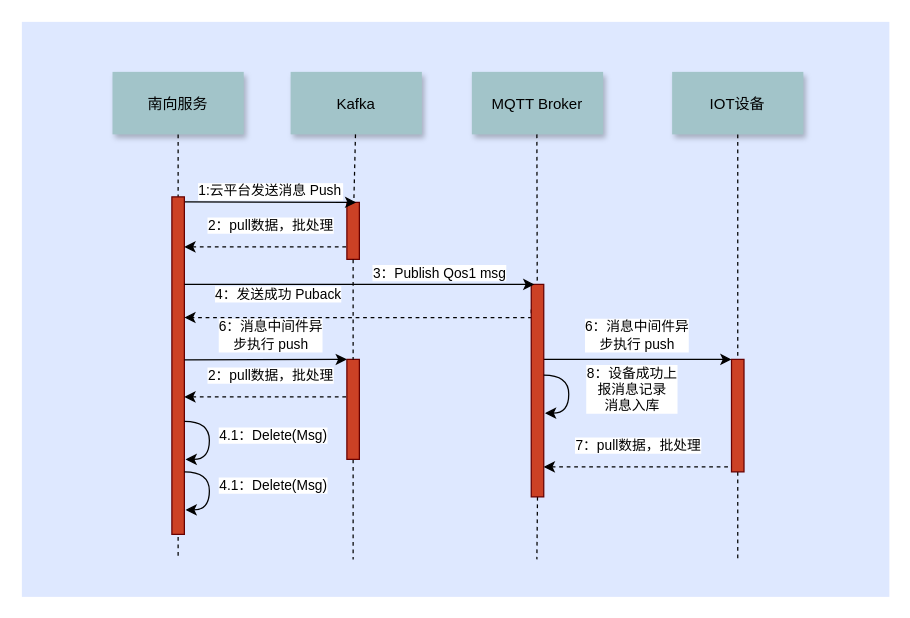
Above: WebHook设备已收到消息成功.drawio in wjwzero/DesignDrawing- (draw.io), before the change. Source tidied: cells renumbered, new cells numbered last; positions are measured from the earlier drawing's top-left corner, leaving out a move shared by most shapes. Both pictures are drawn from the tidied source at 125%, with x=0, y=0 at pixel (21, 21).
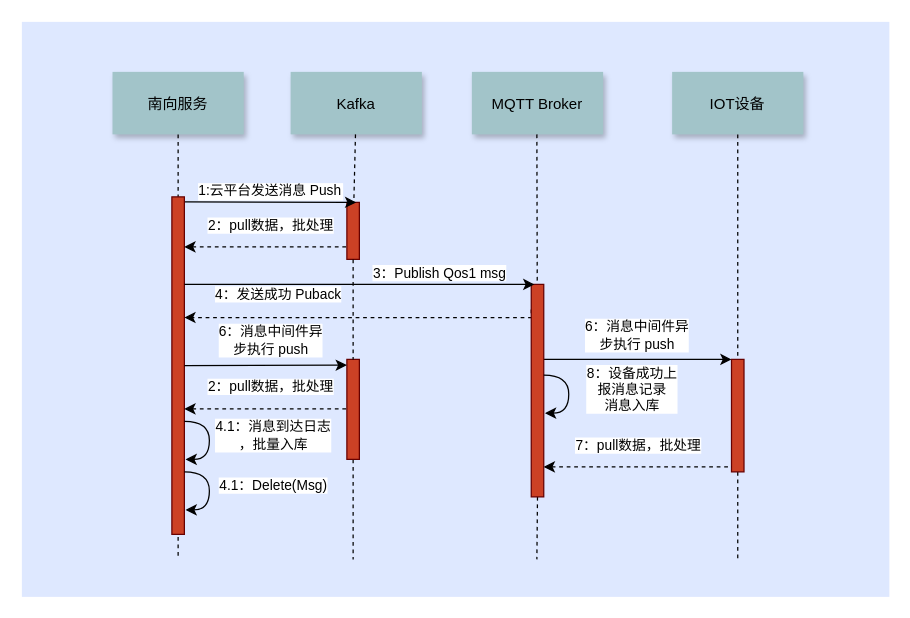
The same diagram, later.

Commit message (it also covers changes not shown here):
更新WebHook设备已收到消息成功.drawio

The change refers to these unchanged cells:
```xml
<mxCell id="29" style="edgeStyle=orthogonalEdgeStyle;curved=1;rounded=0;orthogonalLoop=1;jettySize=auto;html=1;exitX=0.928;exitY=0.095;exitDx=0;exitDy=0;exitPerimeter=0;" parent="1" edge="1">
  <mxGeometry relative="1" as="geometry">
    <mxPoint x="130" y="319.6" as="sourcePoint" />
    <mxPoint x="131" y="350" as="targetPoint" />
    <Array as="points">
      <mxPoint x="150" y="320" />
      <mxPoint x="150" y="350" />
      <mxPoint x="131" y="350" />
    </Array>
  </mxGeometry>
</mxCell>
```

Diff of the diagram source:
```diff
@@
-    <mxCell id="30" value="4.1：Delete(Msg)" style="edgeLabel;html=1;align=center;verticalAlign=middle;" parent="29" vertex="1">
+    <mxCell id="30" value="4.1：消息到达日志&lt;br&gt;，批量入库" style="edgeLabel;html=1;align=center;verticalAlign=middle;" parent="29" vertex="1">
       <mxGeometry x="-0.31" y="-1" relative="1" as="geometry">
         <mxPoint x="51" y="6.7" as="offset" />
       </mxGeometry>
     </mxCell>
@@
     <mxCell id="39" style="edgeStyle=orthogonalEdgeStyle;rounded=0;orthogonalLoop=1;jettySize=auto;html=1;" parent="1" edge="1">
       <mxGeometry relative="1" as="geometry">
-        <mxPoint x="130" y="270.4" as="sourcePoint" />
-        <mxPoint x="260" y="270" as="targetPoint" />
+        <mxPoint x="130" y="275" as="sourcePoint" />
+        <mxPoint x="260" y="274.6" as="targetPoint" />
         <Array as="points">
-          <mxPoint x="129.5" y="270.4" />
+          <mxPoint x="129.5" y="275" />
         </Array>
       </mxGeometry>
     </mxCell>
@@
     <mxCell id="41" style="edgeStyle=orthogonalEdgeStyle;rounded=0;orthogonalLoop=1;jettySize=auto;html=1;startArrow=classic;startFill=1;endArrow=none;endFill=0;dashed=1;" parent="1" edge="1">
       <mxGeometry relative="1" as="geometry">
-        <mxPoint x="130" y="300" as="sourcePoint" />
-        <mxPoint x="260" y="300" as="targetPoint" />
+        <mxPoint x="130" y="309.6" as="sourcePoint" />
+        <mxPoint x="260" y="309.6" as="targetPoint" />
         <Array as="points">
-          <mxPoint x="129.5" y="300" />
+          <mxPoint x="129.5" y="309.6" />
         </Array>
       </mxGeometry>
     </mxCell>
```
